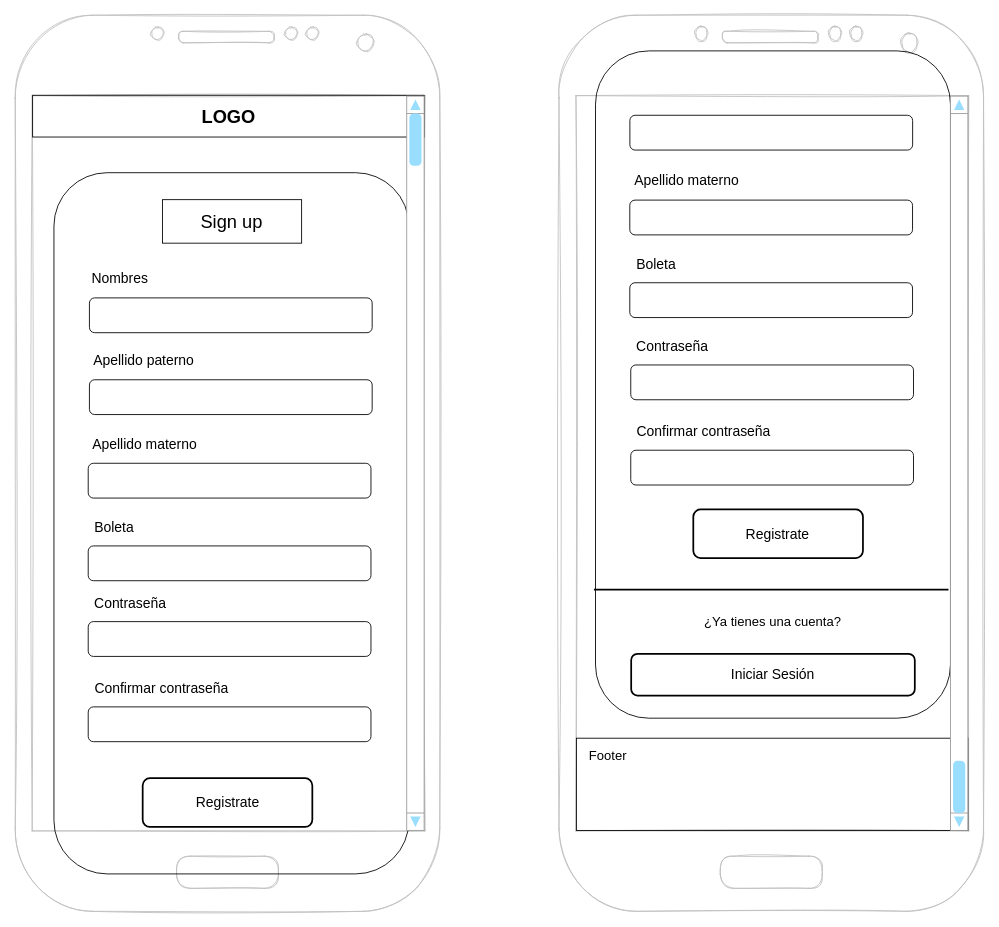
Before: page "Sign up" (2 of 5) of Maqueta/450/inicio de sesion.drawio in RuiderEdgar/Proyecto, a draw.io diagram. Source tidied: cells renumbered, new cells numbered last; positions are measured from the earlier drawing's top-left corner, leaving out a move shared by most shapes. Both pictures are drawn from the tidied source at 87%, with x=0, y=0 at pixel (15, 15).
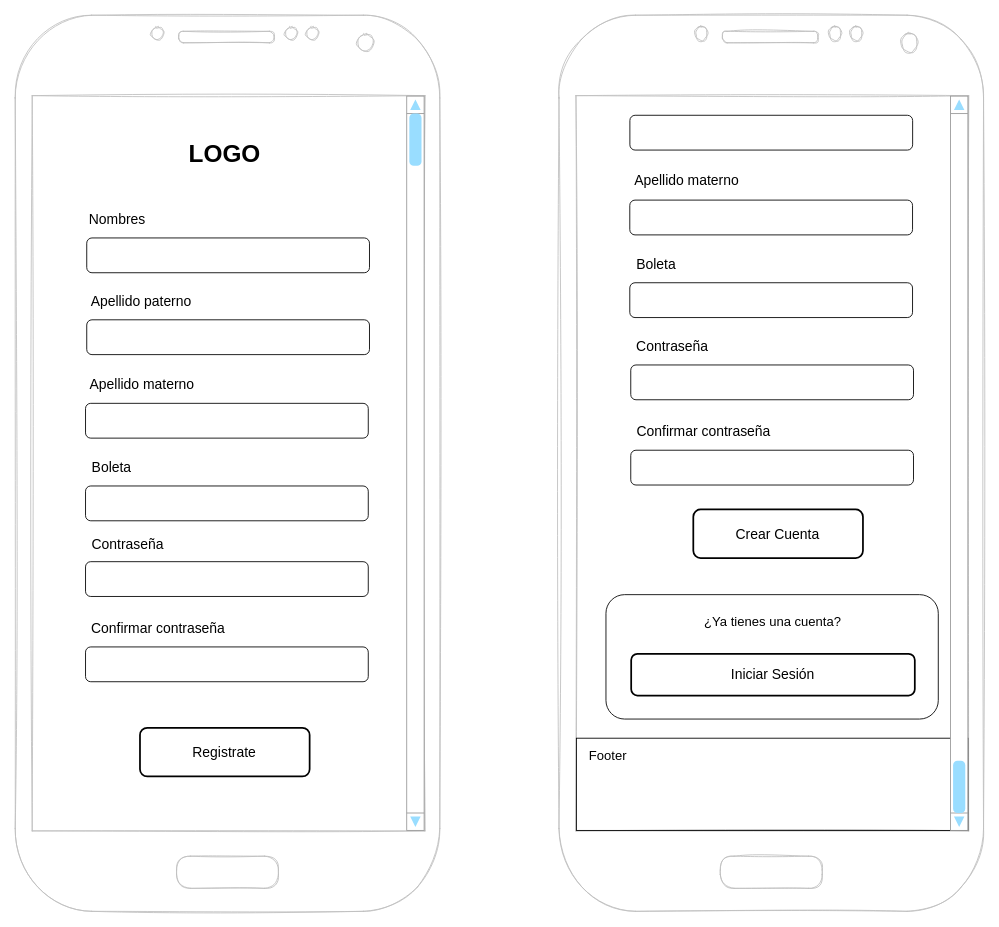
Above is the later version.

Diff of the diagram source:
```diff
@@
-    <mxCell id="3" style="rounded=1;whiteSpace=wrap;html=1;fontSize=21;fillColor=none;gradientColor=#0071E3;gradientDirection=east;shadow=0;sketch=0;" parent="1" vertex="1">
-      <mxGeometry x="667" y="41" width="408" height="767" as="geometry" />
-    </mxCell>
+    <mxCell id="39" style="rounded=1;whiteSpace=wrap;html=1;fontSize=28;" parent="1" vertex="1">
+      <mxGeometry x="679" y="666" width="382" height="143" as="geometry" />
+    </mxCell>
@@
-    <mxCell id="5" style="rounded=1;whiteSpace=wrap;html=1;fontSize=21;fillColor=none;gradientColor=#0071E3;gradientDirection=east;shadow=0;sketch=0;" parent="1" vertex="1">
-      <mxGeometry x="44.5" y="181" width="408" height="806" as="geometry" />
-    </mxCell>
     <mxCell id="6" style="rounded=1;whiteSpace=wrap;html=1;fontSize=15;fillColor=none;" parent="1" vertex="1">
-      <mxGeometry x="85.3" y="324.9" width="325" height="40" as="geometry" />
+      <mxGeometry x="82.2" y="256" width="325" height="40" as="geometry" />
     </mxCell>
-    <mxCell id="7" value="Sign up" style="rounded=0;whiteSpace=wrap;html=1;fontSize=21;fillColor=none;" parent="1" vertex="1">
-      <mxGeometry x="169.2" y="212" width="160" height="50" as="geometry" />
-    </mxCell>
     <mxCell id="8" value="Nombres" style="text;html=1;strokeColor=none;fillColor=none;align=center;verticalAlign=middle;whiteSpace=wrap;rounded=0;fontSize=16;" parent="1" vertex="1">
-      <mxGeometry x="85.3" y="279.9" width="71" height="45" as="geometry" />
+      <mxGeometry x="82.2" y="211" width="71" height="45" as="geometry" />
     </mxCell>
     <mxCell id="9" style="rounded=1;whiteSpace=wrap;html=1;fontSize=15;fillColor=none;" parent="1" vertex="1">
-      <mxGeometry x="85.3" y="419" width="325" height="40" as="geometry" />
+      <mxGeometry x="82.2" y="350.1" width="325" height="40" as="geometry" />
     </mxCell>
     <mxCell id="10" value="Apellido paterno" style="text;html=1;strokeColor=none;fillColor=none;align=center;verticalAlign=middle;whiteSpace=wrap;rounded=0;fontSize=16;" parent="1" vertex="1">
-      <mxGeometry x="83.9" y="380" width="127.7" height="34.9" as="geometry" />
+      <mxGeometry x="80.8" y="311.1" width="127.7" height="34.9" as="geometry" />
     </mxCell>
-    <mxCell id="11" style="rounded=0;whiteSpace=wrap;html=1;fontSize=21;fillColor=none;gradientColor=#0071E3;gradientDirection=east;shadow=0;sketch=0;" parent="1" vertex="1">
-      <mxGeometry x="20" y="92" width="450" height="48" as="geometry" />
-    </mxCell>
-    <mxCell id="12" value="LOGO" style="text;html=1;strokeColor=none;fillColor=none;align=center;verticalAlign=middle;whiteSpace=wrap;rounded=0;sketch=1;fontStyle=1;fontSize=21;" parent="1" vertex="1">
-      <mxGeometry x="207.7" y="101" width="74.6" height="30" as="geometry" />
-    </mxCell>
     <mxCell id="13" style="rounded=1;whiteSpace=wrap;html=1;fontSize=15;fillColor=none;" parent="1" vertex="1">
-      <mxGeometry x="83.9" y="515" width="325" height="40" as="geometry" />
+      <mxGeometry x="80.8" y="446.1" width="325" height="40" as="geometry" />
     </mxCell>
     <mxCell id="14" value="Apellido materno" style="text;html=1;strokeColor=none;fillColor=none;align=center;verticalAlign=middle;whiteSpace=wrap;rounded=0;fontSize=16;" parent="1" vertex="1">
-      <mxGeometry x="85.3" y="475.5" width="127.7" height="34.9" as="geometry" />
+      <mxGeometry x="82.2" y="406.6" width="127.7" height="34.9" as="geometry" />
     </mxCell>
     <mxCell id="15" style="rounded=1;whiteSpace=wrap;html=1;fontSize=15;fillColor=none;" parent="1" vertex="1">
-      <mxGeometry x="83.9" y="610" width="325" height="40" as="geometry" />
+      <mxGeometry x="80.8" y="541.1" width="325" height="40" as="geometry" />
     </mxCell>
     <mxCell id="16" value="Boleta" style="text;html=1;strokeColor=none;fillColor=none;align=center;verticalAlign=middle;whiteSpace=wrap;rounded=0;fontSize=16;" parent="1" vertex="1">
-      <mxGeometry x="85.3" y="571" width="58" height="34.9" as="geometry" />
+      <mxGeometry x="82.2" y="502.1" width="58" height="34.9" as="geometry" />
     </mxCell>
     <mxCell id="17" style="rounded=1;whiteSpace=wrap;html=1;fontSize=15;fillColor=none;" parent="1" vertex="1">
-      <mxGeometry x="83.9" y="697" width="325" height="40" as="geometry" />
+      <mxGeometry x="80.8" y="628.1" width="325" height="40" as="geometry" />
     </mxCell>
     <mxCell id="18" value="Contraseña" style="text;html=1;strokeColor=none;fillColor=none;align=center;verticalAlign=middle;whiteSpace=wrap;rounded=0;fontSize=16;" parent="1" vertex="1">
-      <mxGeometry x="88.7" y="659" width="87.3" height="34.9" as="geometry" />
+      <mxGeometry x="85.6" y="590.1" width="87.3" height="34.9" as="geometry" />
     </mxCell>
     <mxCell id="19" style="rounded=1;whiteSpace=wrap;html=1;fontSize=15;fillColor=none;" parent="1" vertex="1">
-      <mxGeometry x="83.9" y="795" width="325" height="40" as="geometry" />
+      <mxGeometry x="80.8" y="726.1" width="325" height="40" as="geometry" />
     </mxCell>
     <mxCell id="20" value="Confirmar contraseña" style="text;html=1;strokeColor=none;fillColor=none;align=center;verticalAlign=middle;whiteSpace=wrap;rounded=0;fontSize=16;" parent="1" vertex="1">
-      <mxGeometry x="86.6" y="756" width="163.4" height="34.9" as="geometry" />
+      <mxGeometry x="83.5" y="687.1" width="163.4" height="34.9" as="geometry" />
     </mxCell>
@@
-    <mxCell id="22" value="Registrate" style="rounded=1;whiteSpace=wrap;html=1;fontSize=16;fillColor=none;strokeWidth=2;" parent="1" vertex="1">
-      <mxGeometry x="146.5" y="877" width="195" height="56" as="geometry" />
-    </mxCell>
@@
-    <mxCell id="27" style="line;strokeWidth=2;html=1;fontSize=16;fillColor=none;" parent="1" vertex="1">
-      <mxGeometry x="665.2" y="652" width="407.5" height="16.3" as="geometry" />
-    </mxCell>
@@
-    <mxCell id="29" value="Registrate" style="rounded=1;whiteSpace=wrap;html=1;fontSize=16;fillColor=none;strokeWidth=2;" parent="1" vertex="1">
+    <mxCell id="29" value="Crear Cuenta" style="rounded=1;whiteSpace=wrap;html=1;fontSize=16;fillColor=none;strokeWidth=2;" parent="1" vertex="1">
       <mxGeometry x="779.4" y="568" width="195" height="56" as="geometry" />
     </mxCell>
@@
+    <mxCell id="12" value="LOGO" style="text;html=1;strokeColor=none;fillColor=none;align=center;verticalAlign=middle;whiteSpace=wrap;rounded=0;sketch=1;fontStyle=1;fontSize=28;" parent="1" vertex="1">
+      <mxGeometry x="191.8" y="139" width="98.2" height="40" as="geometry" />
+    </mxCell>
+    <mxCell id="22" value="Registrate" style="rounded=1;whiteSpace=wrap;html=1;fontSize=16;fillColor=none;strokeWidth=2;" parent="1" vertex="1">
+      <mxGeometry x="143.4" y="819" width="195" height="56" as="geometry" />
+    </mxCell>
```
